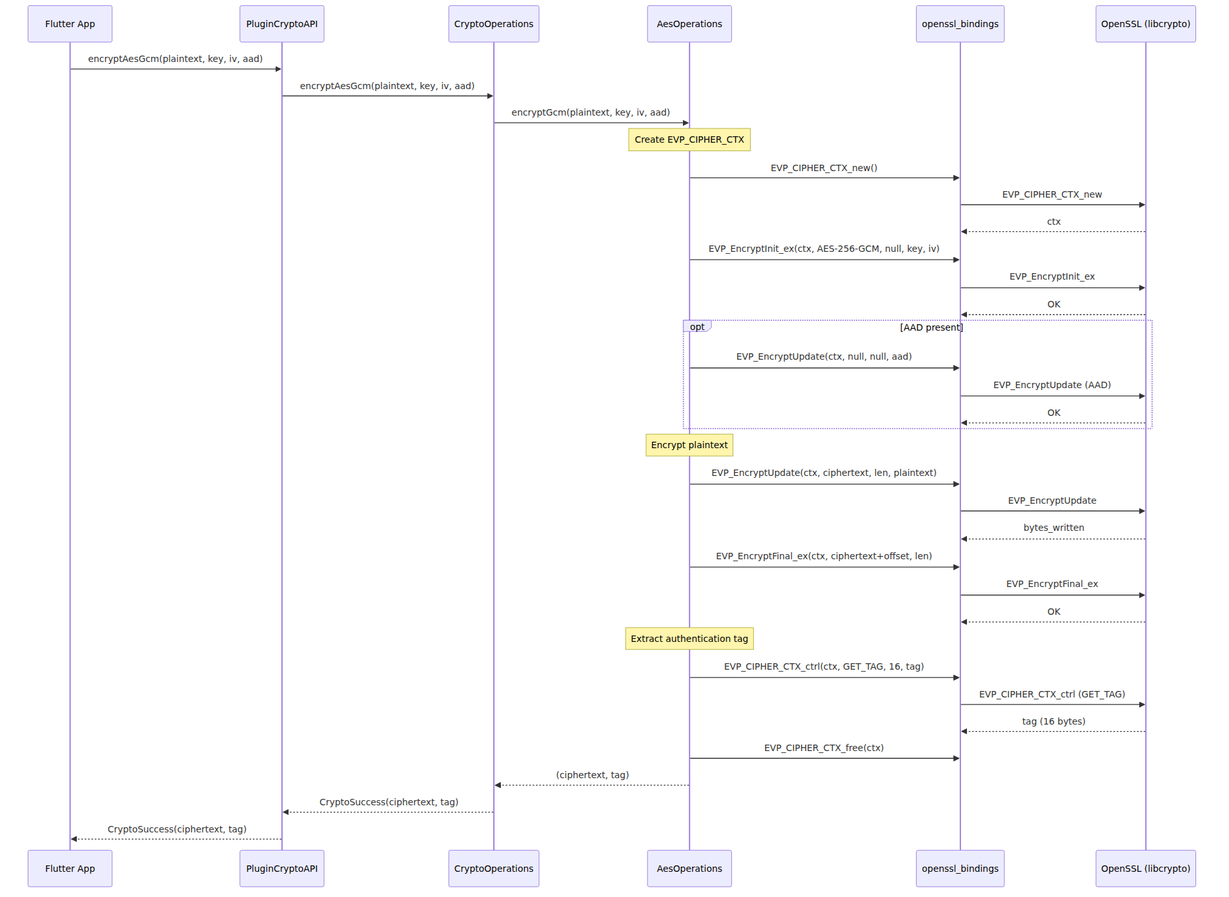
medalha01/Plugin-Crypto keeps this Mermaid diagram as docs/images/diagram_05.png. Above is the earlier version. Its source is kept beside it as docs/images/diagram_05.mmd. Source of this version:
```mermaid
sequenceDiagram
    participant App as Flutter App
    participant API as PluginCryptoAPI
    participant Ops as CryptoOperations
    participant AES as AesOperations
    participant FFI as openssl_bindings
    participant Native as OpenSSL (libcrypto)

    App->>API: encryptAesGcm(plaintext, key, iv, aad)
    API->>Ops: encryptAesGcm(plaintext, key, iv, aad)
    Ops->>AES: encryptGcm(plaintext, key, iv, aad)

    Note over AES: Create EVP_CIPHER_CTX
    AES->>FFI: EVP_CIPHER_CTX_new()
    FFI->>Native: EVP_CIPHER_CTX_new
    Native-->>FFI: ctx

    AES->>FFI: EVP_EncryptInit_ex(ctx, AES-256-GCM, null, key, iv)
    FFI->>Native: EVP_EncryptInit_ex
    Native-->>FFI: OK

    opt AAD present
        AES->>FFI: EVP_EncryptUpdate(ctx, null, null, aad)
        FFI->>Native: EVP_EncryptUpdate (AAD)
        Native-->>FFI: OK
    end

    Note over AES: Encrypt plaintext
    AES->>FFI: EVP_EncryptUpdate(ctx, ciphertext, len, plaintext)
    FFI->>Native: EVP_EncryptUpdate
    Native-->>FFI: bytes_written

    AES->>FFI: EVP_EncryptFinal_ex(ctx, ciphertext+offset, len)
    FFI->>Native: EVP_EncryptFinal_ex
    Native-->>FFI: OK

    Note over AES: Extract authentication tag
    AES->>FFI: EVP_CIPHER_CTX_ctrl(ctx, GET_TAG, 16, tag)
    FFI->>Native: EVP_CIPHER_CTX_ctrl (GET_TAG)
    Native-->>FFI: tag (16 bytes)

    AES->>FFI: EVP_CIPHER_CTX_free(ctx)
    AES-->>Ops: (ciphertext, tag)
    Ops-->>API: CryptoSuccess(ciphertext, tag)
    API-->>App: CryptoSuccess(ciphertext, tag)
```
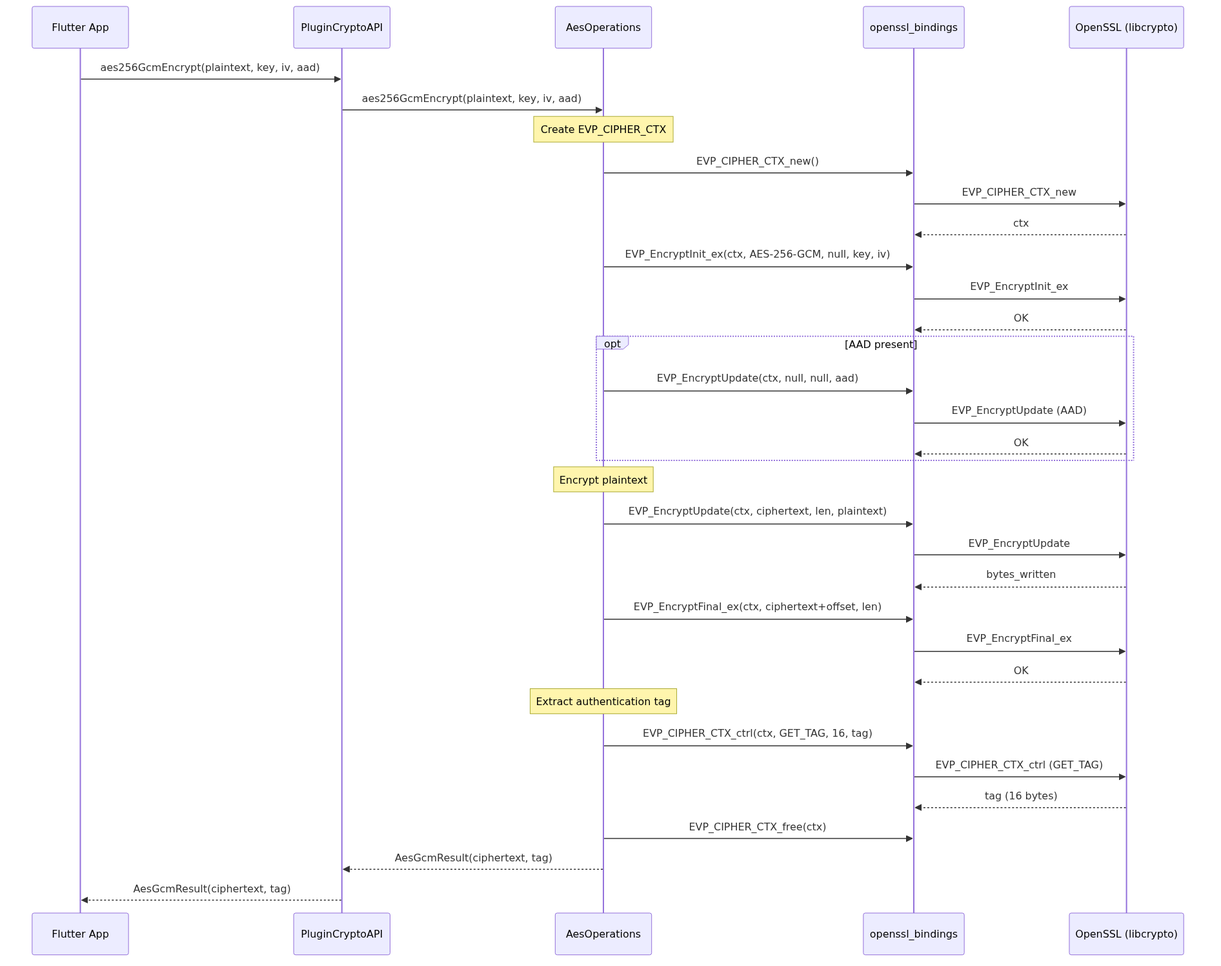
Later version of the same file.

Change to the diagram source:
```diff
@@ -1,14 +1,12 @@
 sequenceDiagram
     participant App as Flutter App
     participant API as PluginCryptoAPI
-    participant Ops as CryptoOperations
     participant AES as AesOperations
     participant FFI as openssl_bindings
     participant Native as OpenSSL (libcrypto)
 
-    App->>API: encryptAesGcm(plaintext, key, iv, aad)
-    API->>Ops: encryptAesGcm(plaintext, key, iv, aad)
-    Ops->>AES: encryptGcm(plaintext, key, iv, aad)
+    App->>API: aes256GcmEncrypt(plaintext, key, iv, aad)
+    API->>AES: aes256GcmEncrypt(plaintext, key, iv, aad)
 
     Note over AES: Create EVP_CIPHER_CTX
     AES->>FFI: EVP_CIPHER_CTX_new()
@@ -40,6 +38,5 @@
     Native-->>FFI: tag (16 bytes)
 
     AES->>FFI: EVP_CIPHER_CTX_free(ctx)
-    AES-->>Ops: (ciphertext, tag)
-    Ops-->>API: CryptoSuccess(ciphertext, tag)
-    API-->>App: CryptoSuccess(ciphertext, tag)
+    AES-->>API: AesGcmResult(ciphertext, tag)
+    API-->>App: AesGcmResult(ciphertext, tag)
```
